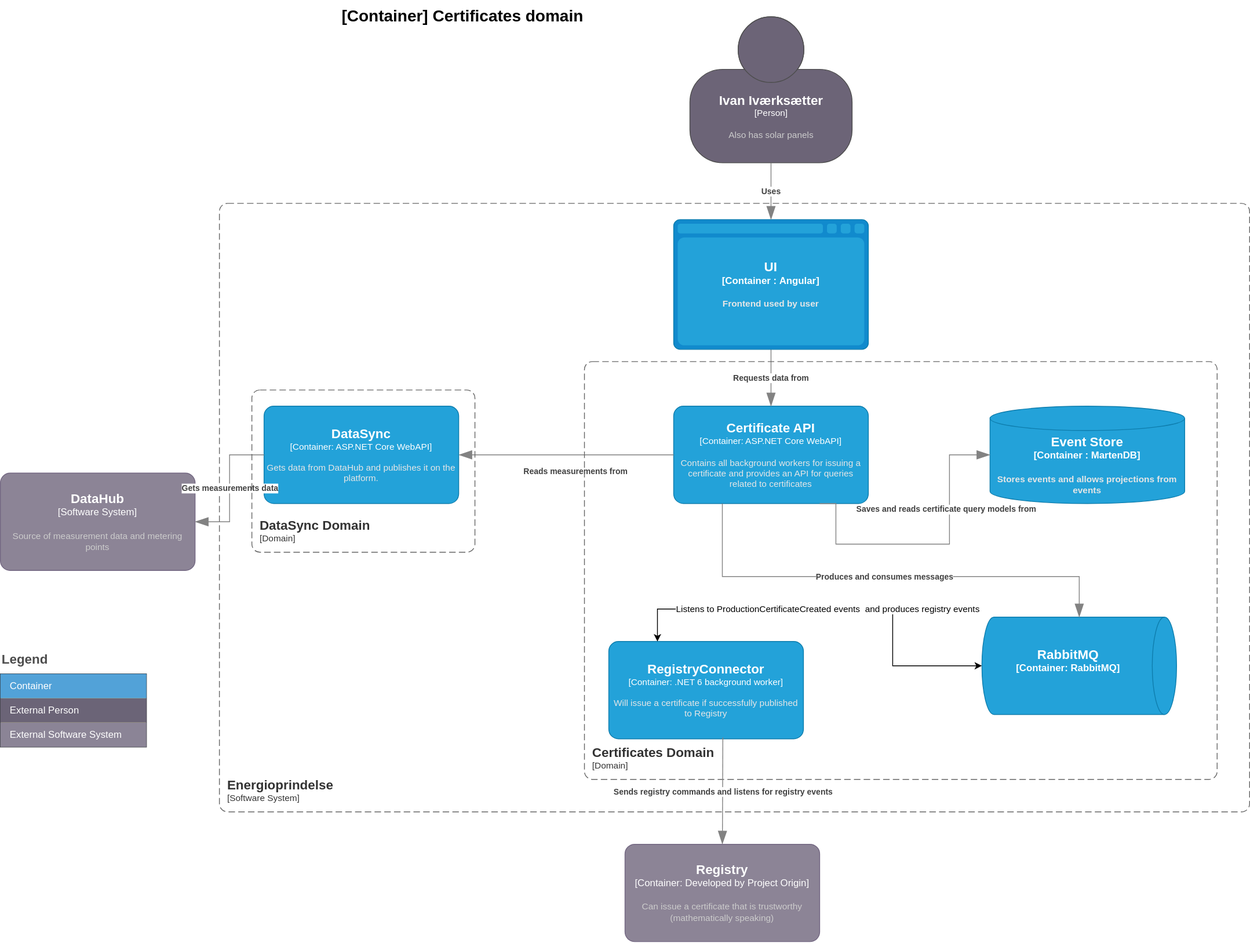
Energinet-DataHub/energy-origin keeps this draw.io diagram as doc/architecture/diagrams/certificates.current.container.drawio.svg. Above is the earlier version. Source tidied: cells renumbered, new cells last; positions are measured from the earlier drawing's top-left corner, leaving out a move shared by most shapes.
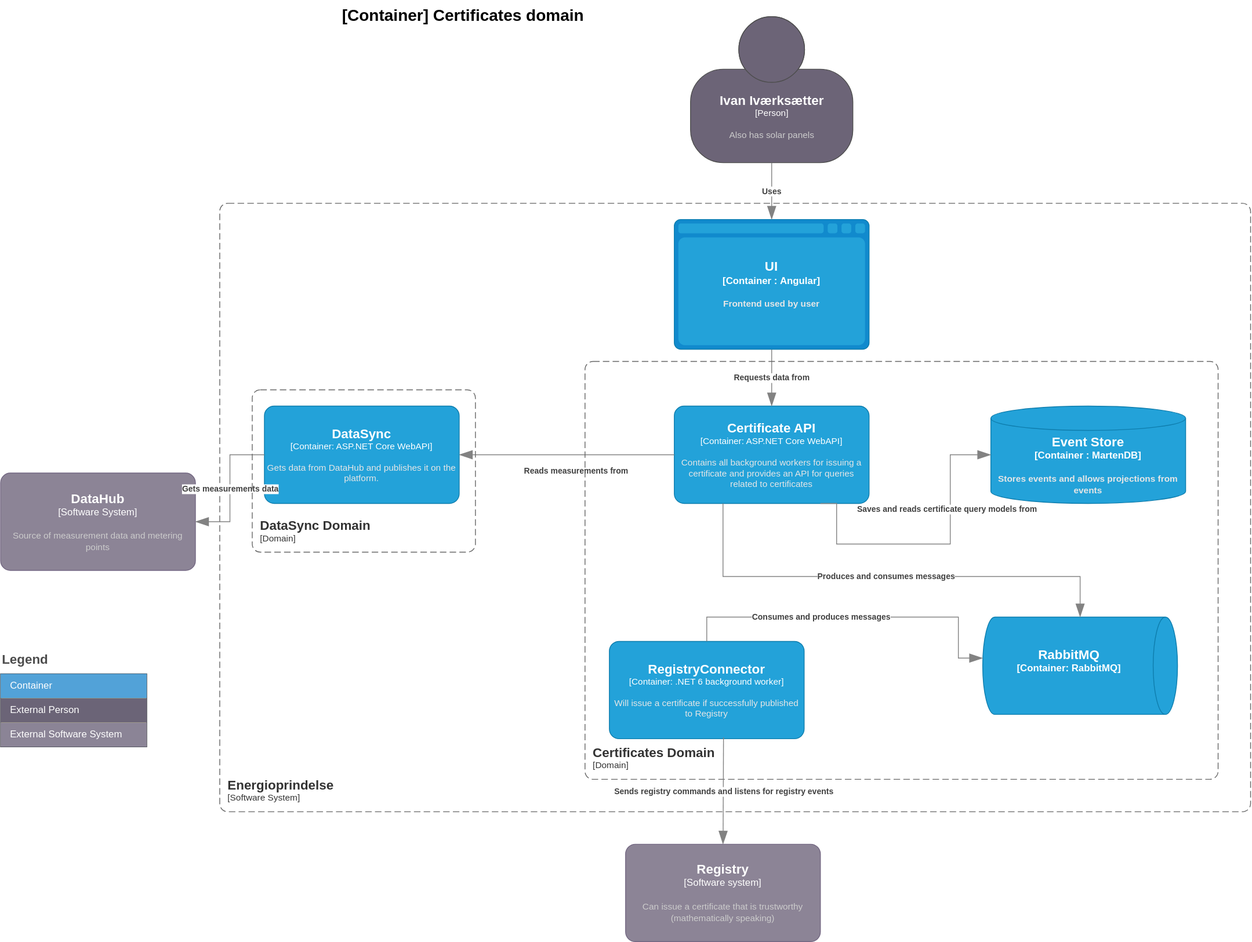
The same diagram one commit later.

Commit message:
review comments

The edit, as a diff of the source:
```diff
@@ -125,24 +125,21 @@
         <mxGeometry relative="1" as="geometry" />
       </mxCell>
     </object>
+    <object id="28" label="&lt;font style=&quot;font-size: 16px&quot;&gt;&lt;b&gt;%c4Name%&lt;/b&gt;&lt;/font&gt;&lt;div&gt;[%c4Type%]&lt;/div&gt;&lt;br&gt;&lt;div&gt;&lt;font style=&quot;font-size: 11px&quot;&gt;&lt;font color=&quot;#cccccc&quot;&gt;%c4Description%&lt;/font&gt;&lt;/div&gt;" c4Description="Can issue a certificate that is trustworthy (mathematically speaking)" c4Name="Registry" c4Type="Software system" placeholders="1">
+      <mxCell style="rounded=1;whiteSpace=wrap;html=1;labelBackgroundColor=none;fillColor=#8C8496;fontColor=#ffffff;align=center;arcSize=10;strokeColor=#736782;points=[[0.25,0,0],[0.5,0,0],[0.75,0,0],[1,0.25,0],[1,0.5,0],[1,0.75,0],[0.75,1,0],[0.5,1,0],[0.25,1,0],[0,0.75,0],[0,0.5,0],[0,0.25,0]];" parent="1" vertex="1">
+        <mxGeometry x="770" y="1040" width="240" height="120" as="geometry" />
+      </mxCell>
+    </object>
-    <mxCell id="26" style="endArrow=classic;startArrow=classic;html=1;rounded=0;exitX=0.25;exitY=0;exitDx=0;exitDy=0;exitPerimeter=0;entryX=0.5;entryY=1;entryDx=0;entryDy=0;entryPerimeter=0;edgeStyle=orthogonalEdgeStyle;" parent="1" edge="1" source="24" target="22">
-      <mxGeometry relative="1" as="geometry">
-        <Array as="points">
-          <mxPoint x="810" y="750" />
-          <mxPoint x="1100" y="750" />
-          <mxPoint x="1100" y="820" />
-        </Array>
-      </mxGeometry>
-    </mxCell>
+    <object id="26" label="&lt;div style=&quot;text-align: left&quot;&gt;&lt;div style=&quot;text-align: center&quot;&gt;&lt;b&gt;%c4Description%&lt;/b&gt;&lt;/div&gt;" c4Description="Consumes and produces messages" c4Type="Relationship" placeholders="1">
+      <mxCell style="endArrow=blockThin;html=1;fontSize=10;fontColor=#404040;strokeWidth=1;endFill=1;strokeColor=#828282;elbow=vertical;endSize=14;startSize=14;jumpStyle=arc;jumpSize=16;rounded=0;edgeStyle=orthogonalEdgeStyle;exitX=0.5;exitY=0;exitDx=0;exitDy=0;exitPerimeter=0;entryX=0.422;entryY=1;entryDx=0;entryDy=0;entryPerimeter=0;" parent="1" edge="1" source="24" target="22">
+        <mxGeometry x="-0.19" relative="1" as="geometry">
+          <Array as="points">
+            <mxPoint x="870" y="760" />
+            <mxPoint x="1180" y="760" />
+            <mxPoint x="1180" y="811" />
+          </Array>
+        </mxGeometry>
+      </mxCell>
+    </object>
-    <mxCell id="27" value="Listens to ProductionCertificateCreated events&amp;nbsp; and produces registry events" style="edgeLabel;html=1;align=center;verticalAlign=middle;" parent="26" vertex="1">
-      <mxGeometry x="0.13" relative="1" as="geometry">
-        <mxPoint x="-39" as="offset" />
-      </mxGeometry>
-    </mxCell>
-    <object id="28" label="&lt;font style=&quot;font-size: 16px&quot;&gt;&lt;b&gt;%c4Name%&lt;/b&gt;&lt;/font&gt;&lt;div&gt;[%c4Type%]&lt;/div&gt;&lt;br&gt;&lt;div&gt;&lt;font style=&quot;font-size: 11px&quot;&gt;&lt;font color=&quot;#cccccc&quot;&gt;%c4Description%&lt;/font&gt;&lt;/div&gt;" c4Description="Can issue a certificate that is trustworthy (mathematically speaking)" c4Name="Registry" c4Type="Container: Developed by Project Origin" placeholders="1">
-      <mxCell style="rounded=1;whiteSpace=wrap;html=1;labelBackgroundColor=none;fillColor=#8C8496;fontColor=#ffffff;align=center;arcSize=10;strokeColor=#736782;points=[[0.25,0,0],[0.5,0,0],[0.75,0,0],[1,0.25,0],[1,0.5,0],[1,0.75,0],[0.75,1,0],[0.5,1,0],[0.25,1,0],[0,0.75,0],[0,0.5,0],[0,0.25,0]];" parent="1" vertex="1">
-        <mxGeometry x="770" y="1040" width="240" height="120" as="geometry" />
-      </mxCell>
-    </object>
   </root>
 </mxGraphModel>
```
